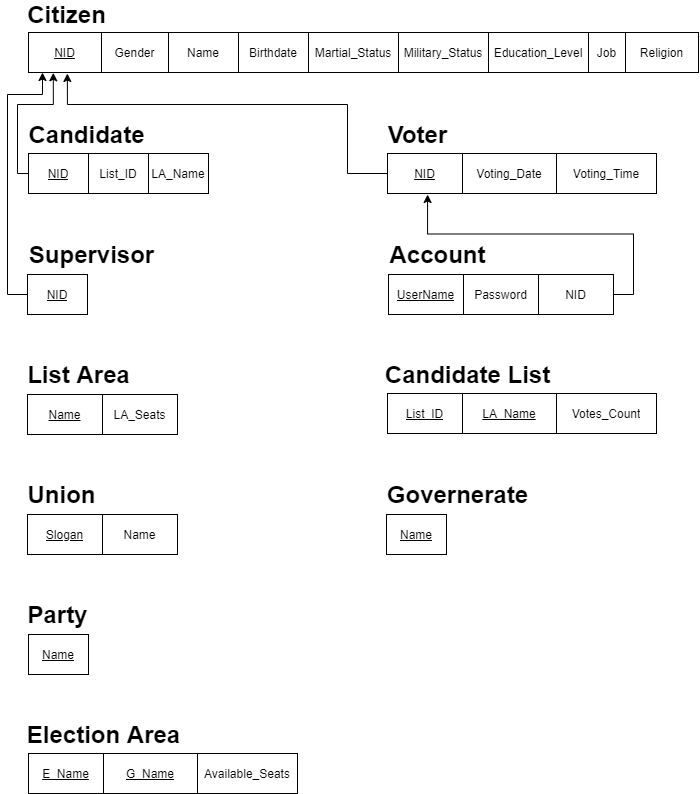
Before: schema.png, a diagram exported from draw.io (ziad-khobeiz/e-voting-system). Source tidied: cells renumbered, new cells last; positions are measured from the earlier drawing's top-left corner, leaving out a move shared by most shapes.
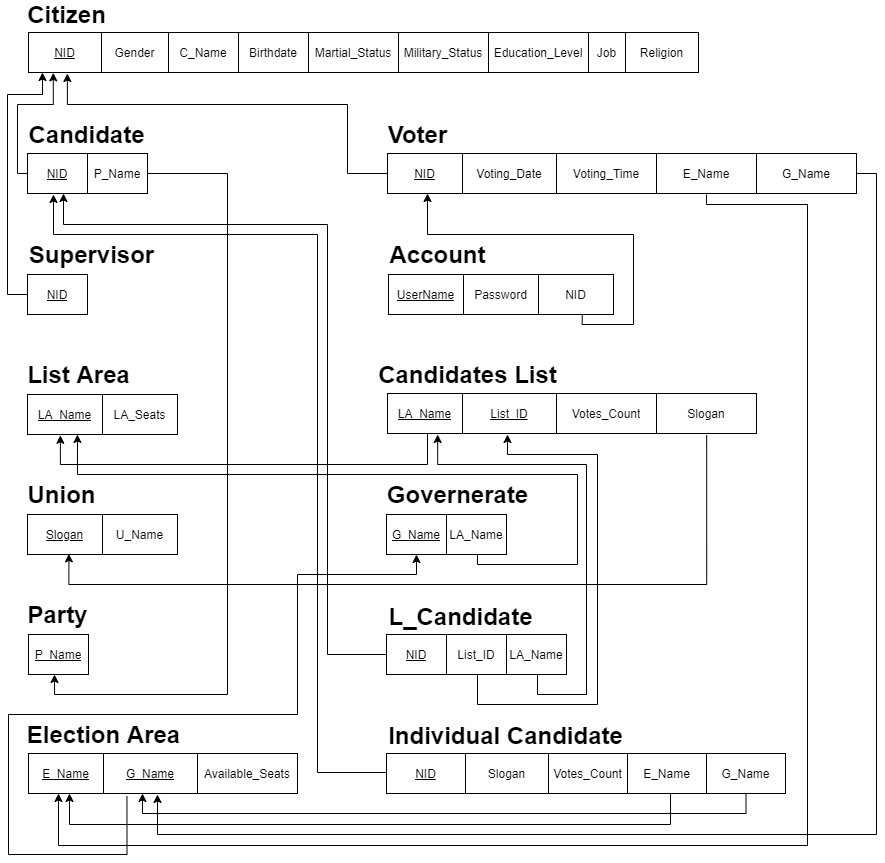
After the commit.

Commit message:
Added one to many relations

Diff of the diagram source:
```diff
@@ -16,3 +16,3 @@
     </mxCell>
-    <mxCell id="6" value="Name" style="shape=partialRectangle;html=1;whiteSpace=wrap;overflow=hidden;fillColor=none;top=0;left=0;bottom=0;right=0;" parent="3" vertex="1">
+    <mxCell id="6" value="C_Name" style="shape=partialRectangle;html=1;whiteSpace=wrap;overflow=hidden;fillColor=none;top=0;left=0;bottom=0;right=0;" parent="3" vertex="1">
       <mxGeometry x="140" width="70" height="40" as="geometry" />
@@ -59,10 +59,13 @@
     <mxCell id="20" style="shape=table;html=1;whiteSpace=wrap;startSize=0;" parent="1" vertex="1">
-      <mxGeometry x="379" y="510" width="60" height="40" as="geometry" />
+      <mxGeometry x="379" y="510" width="120" height="40" as="geometry" />
     </mxCell>
     <mxCell id="21" style="shape=partialRectangle;html=1;whiteSpace=wrap;fillColor=none;top=0;left=0;bottom=0;right=0;points=[[0,0.5],[1,0.5]];portConstraint=eastwest;" parent="20" vertex="1">
-      <mxGeometry width="60" height="40" as="geometry" />
+      <mxGeometry width="120" height="40" as="geometry" />
     </mxCell>
-    <mxCell id="22" value="&lt;u&gt;Name&lt;/u&gt;" style="shape=partialRectangle;html=1;whiteSpace=wrap;overflow=hidden;fillColor=none;top=0;left=0;bottom=0;right=0;" parent="21" vertex="1">
+    <mxCell id="22" value="&lt;u&gt;G_Name&lt;/u&gt;" style="shape=partialRectangle;html=1;whiteSpace=wrap;overflow=hidden;fillColor=none;top=0;left=0;bottom=0;right=0;" parent="21" vertex="1">
       <mxGeometry width="60" height="40" as="geometry" />
     </mxCell>
+    <mxCell id="70" value="LA_Name" style="shape=partialRectangle;html=1;whiteSpace=wrap;overflow=hidden;fillColor=none;top=0;left=0;bottom=0;right=0;" parent="21" vertex="1">
+      <mxGeometry x="60" width="60" height="40" as="geometry" />
+    </mxCell>
     <mxCell id="23" value="&lt;font style=&quot;font-size: 24px&quot;&gt;&lt;b&gt;Governerate&lt;/b&gt;&lt;/font&gt;" style="text;html=1;align=center;verticalAlign=middle;" parent="1" vertex="1">
@@ -76,3 +79,3 @@
     </mxCell>
-    <mxCell id="26" value="&lt;u&gt;Name&lt;/u&gt;" style="shape=partialRectangle;html=1;whiteSpace=wrap;overflow=hidden;fillColor=none;top=0;left=0;bottom=0;right=0;" parent="25" vertex="1">
+    <mxCell id="26" value="&lt;u&gt;LA_Name&lt;/u&gt;" style="shape=partialRectangle;html=1;whiteSpace=wrap;overflow=hidden;fillColor=none;top=0;left=0;bottom=0;right=0;" parent="25" vertex="1">
       <mxGeometry width="75" height="40" as="geometry" />
@@ -94,3 +97,3 @@
     </mxCell>
-    <mxCell id="32" value="Name" style="shape=partialRectangle;html=1;whiteSpace=wrap;overflow=hidden;fillColor=none;top=0;left=0;bottom=0;right=0;" parent="30" vertex="1">
+    <mxCell id="32" value="U_Name" style="shape=partialRectangle;html=1;whiteSpace=wrap;overflow=hidden;fillColor=none;top=0;left=0;bottom=0;right=0;" parent="30" vertex="1">
       <mxGeometry x="75" width="75" height="40" as="geometry" />
@@ -106,3 +109,3 @@
     </mxCell>
-    <mxCell id="36" value="&lt;u&gt;Name&lt;/u&gt;" style="shape=partialRectangle;html=1;whiteSpace=wrap;overflow=hidden;fillColor=none;top=0;left=0;bottom=0;right=0;" parent="35" vertex="1">
+    <mxCell id="36" value="&lt;u&gt;P_Name&lt;/u&gt;" style="shape=partialRectangle;html=1;whiteSpace=wrap;overflow=hidden;fillColor=none;top=0;left=0;bottom=0;right=0;" parent="35" vertex="1">
       <mxGeometry width="60" height="40" as="geometry" />
@@ -131,11 +134,11 @@
     <mxCell id="44" style="shape=table;html=1;whiteSpace=wrap;startSize=0;" parent="1" vertex="1">
-      <mxGeometry x="380" y="389" width="269" height="40" as="geometry" />
+      <mxGeometry x="380" y="389" width="369" height="40" as="geometry" />
     </mxCell>
     <mxCell id="45" style="shape=partialRectangle;html=1;whiteSpace=wrap;fillColor=none;top=0;left=0;bottom=0;right=0;points=[[0,0.5],[1,0.5]];portConstraint=eastwest;" parent="44" vertex="1">
-      <mxGeometry width="269" height="40" as="geometry" />
+      <mxGeometry width="369" height="40" as="geometry" />
     </mxCell>
-    <mxCell id="46" value="&lt;u&gt;List_ID&lt;/u&gt;" style="shape=partialRectangle;html=1;whiteSpace=wrap;overflow=hidden;fillColor=none;top=0;left=0;bottom=0;right=0;" parent="45" vertex="1">
+    <mxCell id="46" value="&lt;u&gt;LA_Name&lt;/u&gt;" style="shape=partialRectangle;html=1;whiteSpace=wrap;overflow=hidden;fillColor=none;top=0;left=0;bottom=0;right=0;" parent="45" vertex="1">
       <mxGeometry width="75" height="40" as="geometry" />
     </mxCell>
-    <mxCell id="47" value="&lt;u&gt;LA_Name&lt;/u&gt;" style="shape=partialRectangle;html=1;whiteSpace=wrap;overflow=hidden;fillColor=none;top=0;left=0;bottom=0;right=0;" parent="45" vertex="1">
+    <mxCell id="47" value="&lt;u&gt;List_ID&lt;/u&gt;" style="shape=partialRectangle;html=1;whiteSpace=wrap;overflow=hidden;fillColor=none;top=0;left=0;bottom=0;right=0;" parent="45" vertex="1">
       <mxGeometry x="75" width="94" height="40" as="geometry" />
@@ -145,10 +148,13 @@
     </mxCell>
+    <mxCell id="71" value="Slogan" style="shape=partialRectangle;html=1;whiteSpace=wrap;overflow=hidden;fillColor=none;top=0;left=0;bottom=0;right=0;" parent="45" vertex="1">
+      <mxGeometry x="269" width="100" height="40" as="geometry" />
+    </mxCell>
-    <mxCell id="49" value="&lt;span style=&quot;font-size: 24px&quot;&gt;&lt;b&gt;Candidate List&lt;/b&gt;&lt;/span&gt;" style="text;html=1;align=center;verticalAlign=middle;" parent="1" vertex="1">
-      <mxGeometry x="370" y="360" width="180" height="20" as="geometry" />
+    <mxCell id="49" value="&lt;span style=&quot;font-size: 24px&quot;&gt;&lt;b&gt;Candidates List&lt;/b&gt;&lt;/span&gt;" style="text;html=1;align=center;verticalAlign=middle;" parent="1" vertex="1">
+      <mxGeometry x="365" y="360" width="190" height="20" as="geometry" />
     </mxCell>
     <mxCell id="50" style="shape=table;html=1;whiteSpace=wrap;startSize=0;" parent="1" vertex="1">
-      <mxGeometry x="380" y="149" width="269" height="40" as="geometry" />
+      <mxGeometry x="380" y="149" width="469" height="40" as="geometry" />
     </mxCell>
     <mxCell id="51" style="shape=partialRectangle;html=1;whiteSpace=wrap;fillColor=none;top=0;left=0;bottom=0;right=0;points=[[0,0.5],[1,0.5]];portConstraint=eastwest;" parent="50" vertex="1">
-      <mxGeometry width="269" height="40" as="geometry" />
+      <mxGeometry width="469" height="40" as="geometry" />
     </mxCell>
@@ -163,2 +169,8 @@
     </mxCell>
+    <mxCell id="72" value="E_Name" style="shape=partialRectangle;html=1;whiteSpace=wrap;overflow=hidden;fillColor=none;top=0;left=0;bottom=0;right=0;" parent="51" vertex="1">
+      <mxGeometry x="269" width="100" height="40" as="geometry" />
+    </mxCell>
+    <mxCell id="73" value="G_Name" style="shape=partialRectangle;html=1;whiteSpace=wrap;overflow=hidden;fillColor=none;top=0;left=0;bottom=0;right=0;" parent="51" vertex="1">
+      <mxGeometry x="369" width="100" height="40" as="geometry" />
+    </mxCell>
     <mxCell id="55" value="&lt;span style=&quot;font-size: 24px&quot;&gt;&lt;b&gt;Voter&lt;/b&gt;&lt;/span&gt;" style="text;html=1;align=center;verticalAlign=middle;" parent="1" vertex="1">
@@ -166,4 +178,11 @@
     </mxCell>
-    <mxCell id="56" style="edgeStyle=orthogonalEdgeStyle;rounded=0;jettySize=auto;html=1;entryX=0.149;entryY=1.025;entryDx=0;entryDy=0;entryPerimeter=0;" parent="1" edge="1" source="15" target="51">
-      <mxGeometry relative="1" as="geometry" />
+    <mxCell id="56" style="edgeStyle=orthogonalEdgeStyle;rounded=0;jettySize=auto;html=1;exitX=0.861;exitY=1.01;exitDx=0;exitDy=0;exitPerimeter=0;" parent="1" edge="1" source="15" target="51">
+      <mxGeometry relative="1" as="geometry">
+        <Array as="points">
+          <mxPoint x="575" y="320" />
+          <mxPoint x="626" y="320" />
+          <mxPoint x="626" y="230" />
+          <mxPoint x="420" y="230" />
+        </Array>
+      </mxGeometry>
     </mxCell>
@@ -172,17 +191,2 @@
     </mxCell>
-    <mxCell id="58" style="shape=table;html=1;whiteSpace=wrap;startSize=0;" parent="1" vertex="1">
-      <mxGeometry x="21" y="149" width="180" height="40" as="geometry" />
-    </mxCell>
-    <mxCell id="59" style="shape=partialRectangle;html=1;whiteSpace=wrap;fillColor=none;top=0;left=0;bottom=0;right=0;points=[[0,0.5],[1,0.5]];portConstraint=eastwest;" parent="58" vertex="1">
-      <mxGeometry width="180" height="40" as="geometry" />
-    </mxCell>
-    <mxCell id="60" value="&lt;u&gt;NID&lt;/u&gt;" style="shape=partialRectangle;html=1;whiteSpace=wrap;overflow=hidden;fillColor=none;top=0;left=0;bottom=0;right=0;" parent="59" vertex="1">
-      <mxGeometry width="60" height="40" as="geometry" />
-    </mxCell>
-    <mxCell id="61" value="List_ID" style="shape=partialRectangle;html=1;whiteSpace=wrap;overflow=hidden;fillColor=none;top=0;left=0;bottom=0;right=0;" parent="59" vertex="1">
-      <mxGeometry x="60" width="60" height="40" as="geometry" />
-    </mxCell>
-    <mxCell id="62" value="LA_Name" style="shape=partialRectangle;html=1;whiteSpace=wrap;overflow=hidden;fillColor=none;top=0;left=0;bottom=0;right=0;" parent="59" vertex="1">
-      <mxGeometry x="120" width="60" height="40" as="geometry" />
-    </mxCell>
     <mxCell id="63" style="edgeStyle=orthogonalEdgeStyle;rounded=0;jettySize=auto;html=1;entryX=0.058;entryY=1.025;entryDx=0;entryDy=0;entryPerimeter=0;" parent="1" edge="1" source="51" target="3">
@@ -196,4 +200,5 @@
     </mxCell>
-    <mxCell id="64" style="edgeStyle=orthogonalEdgeStyle;rounded=0;jettySize=auto;html=1;exitX=0;exitY=0.5;exitDx=0;exitDy=0;entryX=0.037;entryY=1.008;entryDx=0;entryDy=0;entryPerimeter=0;" parent="1" edge="1" source="59" target="3">
+    <mxCell id="64" style="edgeStyle=orthogonalEdgeStyle;rounded=0;jettySize=auto;html=1;exitX=0;exitY=0.5;exitDx=0;exitDy=0;entryX=0.037;entryY=1.008;entryDx=0;entryDy=0;entryPerimeter=0;" parent="1" edge="1" target="3">
       <mxGeometry relative="1" as="geometry">
+        <mxPoint x="21" y="169" as="sourcePoint" />
         <Array as="points">
@@ -226,2 +231,184 @@
     </mxCell>
+    <mxCell id="74" style="shape=table;html=1;whiteSpace=wrap;startSize=0;" parent="1" vertex="1">
+      <mxGeometry x="379" y="630" width="180" height="40" as="geometry" />
+    </mxCell>
+    <mxCell id="59" style="shape=partialRectangle;html=1;whiteSpace=wrap;fillColor=none;top=0;left=0;bottom=0;right=0;points=[[0,0.5],[1,0.5]];portConstraint=eastwest;" parent="74" vertex="1">
+      <mxGeometry width="180" height="40" as="geometry" />
+    </mxCell>
+    <mxCell id="75" value="&lt;u&gt;NID&lt;/u&gt;" style="shape=partialRectangle;html=1;whiteSpace=wrap;overflow=hidden;fillColor=none;top=0;left=0;bottom=0;right=0;" parent="59" vertex="1">
+      <mxGeometry width="60" height="40" as="geometry" />
+    </mxCell>
+    <mxCell id="61" value="List_ID" style="shape=partialRectangle;html=1;whiteSpace=wrap;overflow=hidden;fillColor=none;top=0;left=0;bottom=0;right=0;" parent="59" vertex="1">
+      <mxGeometry x="60" width="60" height="40" as="geometry" />
+    </mxCell>
+    <mxCell id="62" value="LA_Name" style="shape=partialRectangle;html=1;whiteSpace=wrap;overflow=hidden;fillColor=none;top=0;left=0;bottom=0;right=0;" parent="59" vertex="1">
+      <mxGeometry x="120" width="60" height="40" as="geometry" />
+    </mxCell>
+    <mxCell id="76" style="shape=table;html=1;whiteSpace=wrap;startSize=0;" parent="1" vertex="1">
+      <mxGeometry x="20" y="149" width="120" height="40" as="geometry" />
+    </mxCell>
+    <mxCell id="77" style="shape=partialRectangle;html=1;whiteSpace=wrap;fillColor=none;top=0;left=0;bottom=0;right=0;points=[[0,0.5],[1,0.5]];portConstraint=eastwest;" parent="76" vertex="1">
+      <mxGeometry width="120" height="40" as="geometry" />
+    </mxCell>
+    <mxCell id="78" value="&lt;u&gt;NID&lt;/u&gt;" style="shape=partialRectangle;html=1;whiteSpace=wrap;overflow=hidden;fillColor=none;top=0;left=0;bottom=0;right=0;" parent="77" vertex="1">
+      <mxGeometry width="60" height="40" as="geometry" />
+    </mxCell>
+    <mxCell id="79" value="P_Name" style="shape=partialRectangle;html=1;whiteSpace=wrap;overflow=hidden;fillColor=none;top=0;left=0;bottom=0;right=0;" parent="77" vertex="1">
+      <mxGeometry x="60" width="60" height="40" as="geometry" />
+    </mxCell>
+    <mxCell id="80" value="&lt;font size=&quot;1&quot;&gt;&lt;b style=&quot;font-size: 24px&quot;&gt;L_Candidate&lt;/b&gt;&lt;/font&gt;" style="text;html=1;align=center;verticalAlign=middle;" parent="1" vertex="1">
+      <mxGeometry x="373" y="602" width="160" height="20" as="geometry" />
+    </mxCell>
+    <mxCell id="81" style="shape=table;html=1;whiteSpace=wrap;startSize=0;" parent="1" vertex="1">
+      <mxGeometry x="379" y="749" width="399" height="40" as="geometry" />
+    </mxCell>
+    <mxCell id="82" style="shape=partialRectangle;html=1;whiteSpace=wrap;fillColor=none;top=0;left=0;bottom=0;right=0;points=[[0,0.5],[1,0.5]];portConstraint=eastwest;" parent="81" vertex="1">
+      <mxGeometry width="399" height="40" as="geometry" />
+    </mxCell>
+    <mxCell id="83" value="&lt;u&gt;NID&lt;/u&gt;" style="shape=partialRectangle;html=1;whiteSpace=wrap;overflow=hidden;fillColor=none;top=0;left=0;bottom=0;right=0;" parent="82" vertex="1">
+      <mxGeometry width="79" height="40" as="geometry" />
+    </mxCell>
+    <mxCell id="84" value="Slogan" style="shape=partialRectangle;html=1;whiteSpace=wrap;overflow=hidden;fillColor=none;top=0;left=0;bottom=0;right=0;" parent="82" vertex="1">
+      <mxGeometry x="79" width="83" height="40" as="geometry" />
+    </mxCell>
+    <mxCell id="85" value="Votes_Count" style="shape=partialRectangle;html=1;whiteSpace=wrap;overflow=hidden;fillColor=none;top=0;left=0;bottom=0;right=0;" parent="82" vertex="1">
+      <mxGeometry x="162" width="79" height="40" as="geometry" />
+    </mxCell>
+    <mxCell id="86" value="E_Name" style="shape=partialRectangle;html=1;whiteSpace=wrap;overflow=hidden;fillColor=none;top=0;left=0;bottom=0;right=0;" parent="82" vertex="1">
+      <mxGeometry x="241" width="79" height="40" as="geometry" />
+    </mxCell>
+    <mxCell id="87" value="G_Name" style="shape=partialRectangle;html=1;whiteSpace=wrap;overflow=hidden;fillColor=none;top=0;left=0;bottom=0;right=0;" parent="82" vertex="1">
+      <mxGeometry x="320" width="79" height="40" as="geometry" />
+    </mxCell>
+    <mxCell id="88" value="&lt;font size=&quot;1&quot;&gt;&lt;b style=&quot;font-size: 24px&quot;&gt;Individual Candidate&lt;/b&gt;&lt;/font&gt;" style="text;html=1;align=center;verticalAlign=middle;" parent="1" vertex="1">
+      <mxGeometry x="373" y="721" width="250" height="20" as="geometry" />
+    </mxCell>
+    <mxCell id="89" style="edgeStyle=orthogonalEdgeStyle;rounded=0;jettySize=auto;html=1;exitX=0;exitY=0.5;exitDx=0;exitDy=0;" parent="1" edge="1" source="82">
+      <mxGeometry relative="1" as="geometry">
+        <mxPoint x="46" y="190" as="targetPoint" />
+        <Array as="points">
+          <mxPoint x="310" y="768" />
+          <mxPoint x="310" y="230" />
+          <mxPoint x="46" y="230" />
+        </Array>
+      </mxGeometry>
+    </mxCell>
+    <mxCell id="90" style="edgeStyle=orthogonalEdgeStyle;rounded=0;jettySize=auto;html=1;exitX=0;exitY=0.5;exitDx=0;exitDy=0;" parent="1" edge="1" source="59">
+      <mxGeometry relative="1" as="geometry">
+        <mxPoint x="56" y="189" as="targetPoint" />
+        <Array as="points">
+          <mxPoint x="320" y="650" />
+          <mxPoint x="320" y="220" />
+          <mxPoint x="56" y="220" />
+          <mxPoint x="56" y="190" />
+        </Array>
+      </mxGeometry>
+    </mxCell>
+    <mxCell id="91" style="edgeStyle=orthogonalEdgeStyle;rounded=0;jettySize=auto;html=1;entryX=0.219;entryY=1.02;entryDx=0;entryDy=0;entryPerimeter=0;" parent="1" edge="1" source="45" target="25">
+      <mxGeometry relative="1" as="geometry">
+        <Array as="points">
+          <mxPoint x="420" y="460" />
+          <mxPoint x="53" y="460" />
+        </Array>
+      </mxGeometry>
+    </mxCell>
+    <mxCell id="92" style="edgeStyle=orthogonalEdgeStyle;rounded=0;jettySize=auto;html=1;exitX=1;exitY=0.5;exitDx=0;exitDy=0;" parent="1" edge="1" source="77" target="35">
+      <mxGeometry relative="1" as="geometry">
+        <Array as="points">
+          <mxPoint x="220" y="169" />
+          <mxPoint x="220" y="690" />
+          <mxPoint x="47" y="690" />
+        </Array>
+      </mxGeometry>
+    </mxCell>
+    <mxCell id="93" style="edgeStyle=orthogonalEdgeStyle;rounded=0;jettySize=auto;html=1;exitX=0.901;exitY=0.99;exitDx=0;exitDy=0;exitPerimeter=0;" parent="1" edge="1" source="82" target="39">
+      <mxGeometry relative="1" as="geometry">
+        <Array as="points">
+          <mxPoint x="739" y="809" />
+          <mxPoint x="135" y="809" />
+        </Array>
+      </mxGeometry>
+    </mxCell>
+    <mxCell id="94" style="edgeStyle=orthogonalEdgeStyle;rounded=0;jettySize=auto;html=1;exitX=1;exitY=0.5;exitDx=0;exitDy=0;" parent="1" edge="1" target="39">
+      <mxGeometry relative="1" as="geometry">
+        <mxPoint x="643" y="789" as="sourcePoint" />
+        <Array as="points">
+          <mxPoint x="663" y="789" />
+          <mxPoint x="663" y="820" />
+          <mxPoint x="62" y="820" />
+        </Array>
+      </mxGeometry>
+    </mxCell>
+    <mxCell id="95" style="edgeStyle=orthogonalEdgeStyle;rounded=0;jettySize=auto;html=1;exitX=1;exitY=0.5;exitDx=0;exitDy=0;" parent="1" edge="1" source="51">
+      <mxGeometry relative="1" as="geometry">
+        <mxPoint x="150" y="790" as="targetPoint" />
+        <Array as="points">
+          <mxPoint x="869" y="169" />
+          <mxPoint x="869" y="830" />
+          <mxPoint x="150" y="830" />
+        </Array>
+      </mxGeometry>
+    </mxCell>
+    <mxCell id="96" style="edgeStyle=orthogonalEdgeStyle;rounded=0;jettySize=auto;html=1;" parent="1" edge="1" target="39">
+      <mxGeometry relative="1" as="geometry">
+        <mxPoint x="699" y="190" as="sourcePoint" />
+        <Array as="points">
+          <mxPoint x="699" y="200" />
+          <mxPoint x="800" y="200" />
+          <mxPoint x="800" y="841" />
+          <mxPoint x="51" y="841" />
+        </Array>
+      </mxGeometry>
+    </mxCell>
+    <mxCell id="97" style="edgeStyle=orthogonalEdgeStyle;rounded=0;jettySize=auto;html=1;exitX=0.366;exitY=1.064;exitDx=0;exitDy=0;exitPerimeter=0;" parent="1" edge="1" source="39" target="21">
+      <mxGeometry relative="1" as="geometry">
+        <Array as="points">
+          <mxPoint x="120" y="850" />
+          <mxPoint x="1" y="850" />
+          <mxPoint x="1" y="710" />
+          <mxPoint x="290" y="710" />
+          <mxPoint x="290" y="570" />
+          <mxPoint x="409" y="570" />
+        </Array>
+      </mxGeometry>
+    </mxCell>
+    <mxCell id="98" style="edgeStyle=orthogonalEdgeStyle;rounded=0;jettySize=auto;html=1;exitX=0.839;exitY=1;exitDx=0;exitDy=0;entryX=0.136;entryY=1.025;entryDx=0;entryDy=0;entryPerimeter=0;exitPerimeter=0;" parent="1" edge="1" source="59" target="45">
+      <mxGeometry relative="1" as="geometry">
+        <Array as="points">
+          <mxPoint x="530" y="690" />
+          <mxPoint x="579" y="690" />
+          <mxPoint x="579" y="460" />
+          <mxPoint x="430" y="460" />
+        </Array>
+      </mxGeometry>
+    </mxCell>
+    <mxCell id="99" style="edgeStyle=orthogonalEdgeStyle;rounded=0;jettySize=auto;html=1;exitX=0.865;exitY=1.045;exitDx=0;exitDy=0;entryX=0.276;entryY=0.984;entryDx=0;entryDy=0;entryPerimeter=0;exitPerimeter=0;" parent="1" edge="1" source="45" target="30">
+      <mxGeometry relative="1" as="geometry">
+        <Array as="points">
+          <mxPoint x="699" y="580" />
+          <mxPoint x="61" y="580" />
+        </Array>
+      </mxGeometry>
+    </mxCell>
+    <mxCell id="100" style="edgeStyle=orthogonalEdgeStyle;rounded=0;jettySize=auto;html=1;" parent="1" edge="1" source="59">
+      <mxGeometry relative="1" as="geometry">
+        <mxPoint x="500" y="430" as="targetPoint" />
+        <Array as="points">
+          <mxPoint x="470" y="700" />
+          <mxPoint x="590" y="700" />
+          <mxPoint x="590" y="450" />
+          <mxPoint x="500" y="450" />
+        </Array>
+      </mxGeometry>
+    </mxCell>
+    <mxCell id="101" style="edgeStyle=orthogonalEdgeStyle;rounded=0;jettySize=auto;html=1;exitX=0.758;exitY=1;exitDx=0;exitDy=0;entryX=0.333;entryY=1;entryDx=0;entryDy=0;entryPerimeter=0;exitPerimeter=0;" parent="1" edge="1" source="21" target="25">
+      <mxGeometry relative="1" as="geometry">
+        <Array as="points">
+          <mxPoint x="470" y="560" />
+          <mxPoint x="570" y="560" />
+          <mxPoint x="570" y="470" />
+          <mxPoint x="70" y="470" />
+        </Array>
+      </mxGeometry>
+    </mxCell>
   </root>
```
